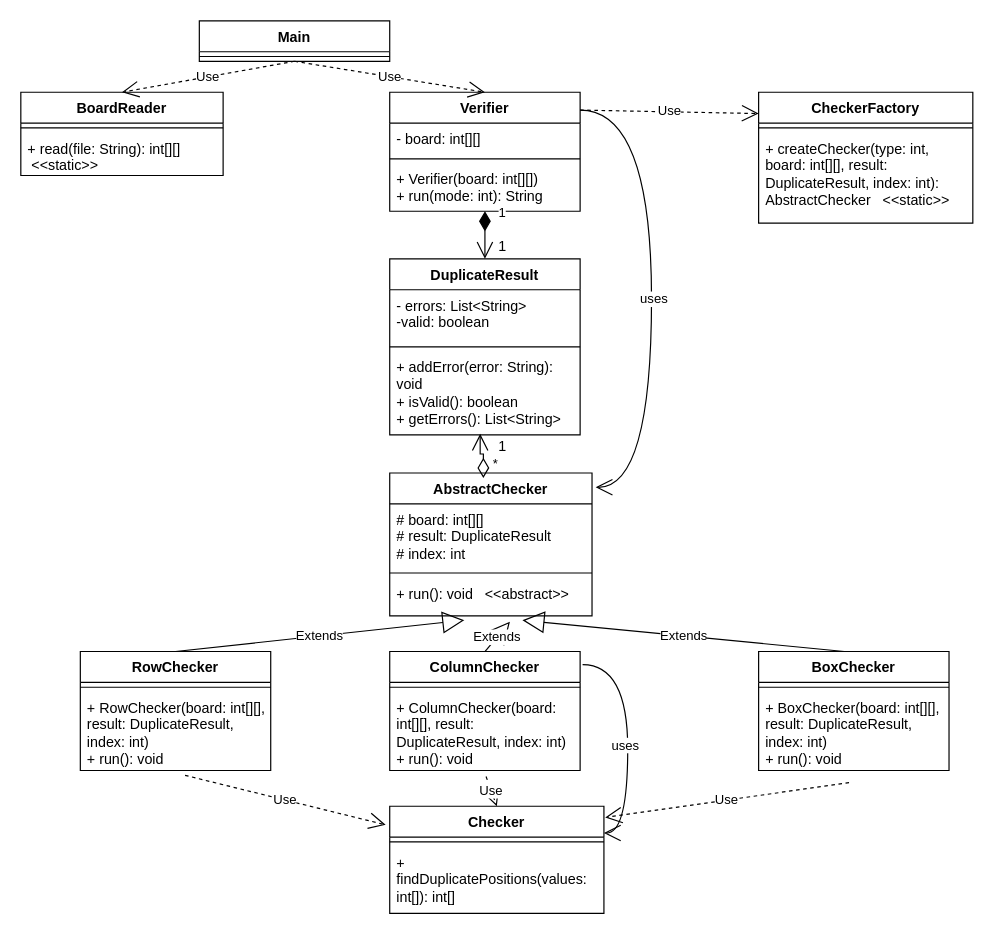
This is lab 9/lab 9/src/Class Diagram.drawio from Youssufathalla/Programming-2, a draw.io file, before an edit. Source tidied: cells renumbered, new cells numbered last; positions are measured from the earlier drawing's top-left corner, leaving out a move shared by most shapes. Both pictures are drawn from the tidied source at 119%, with x=0, y=0 at pixel (20, 20).
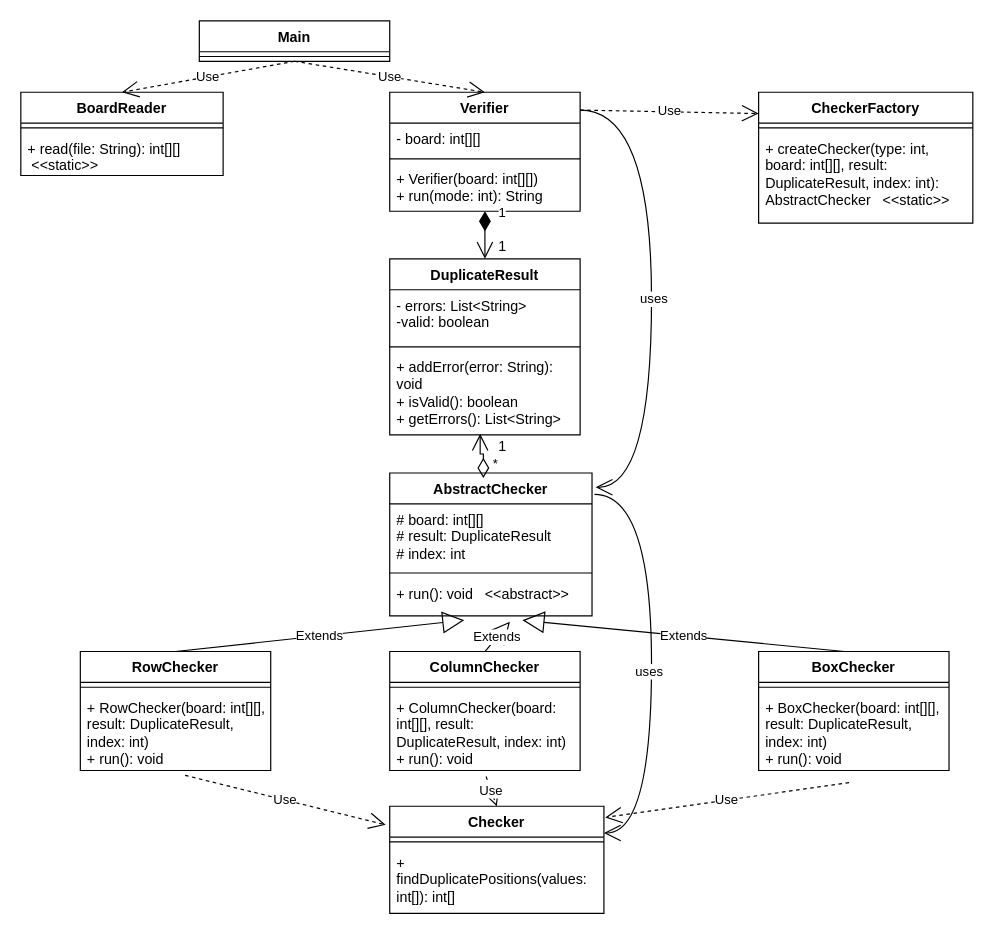
Above is the later version.

The change refers to these unchanged cells:
```xml
<mxCell id="15" value="&lt;font face=&quot;italic&quot;&gt;AbstractChecker&lt;/font&gt;" style="swimlane;fontStyle=1;align=center;verticalAlign=top;horizontal=1;startSize=26;whiteSpace=wrap;html=1;" parent="1" vertex="1">
  <mxGeometry x="310" y="380" width="170" height="120" as="geometry" />
</mxCell>
<mxCell id="22" value="ColumnChecker" style="swimlane;fontStyle=1;align=center;verticalAlign=top;horizontal=1;startSize=26;whiteSpace=wrap;html=1;" parent="1" vertex="1">
  <mxGeometry x="310" y="530" width="160" height="100" as="geometry" />
</mxCell>
<mxCell id="28" value="Checker" style="swimlane;fontStyle=1;align=center;verticalAlign=top;horizontal=1;startSize=26;whiteSpace=wrap;html=1;" parent="1" vertex="1">
  <mxGeometry x="310" y="660" width="180" height="90" as="geometry" />
</mxCell>
```

What changed in the source:
```diff
@@
-    <mxCell id="49" style="endArrow=open;endFill=1;endSize=12;html=1;rounded=0;exitX=1.013;exitY=0.11;exitDx=0;exitDy=0;exitPerimeter=0;entryX=1;entryY=0.25;entryDx=0;entryDy=0;edgeStyle=orthogonalEdgeStyle;curved=1;" parent="1" edge="1" source="22" target="28">
+    <mxCell id="49" style="endArrow=open;endFill=1;endSize=12;html=1;rounded=0;exitX=1.012;exitY=0.15;exitDx=0;exitDy=0;exitPerimeter=0;entryX=1;entryY=0.25;entryDx=0;entryDy=0;edgeStyle=orthogonalEdgeStyle;curved=1;" parent="1" edge="1" source="15" target="28">
       <mxGeometry relative="1" as="geometry">
         <Array as="points">
-          <mxPoint x="510" y="541" />
-          <mxPoint x="510" y="683" />
+          <mxPoint x="530" y="398" />
+          <mxPoint x="530" y="683" />
         </Array>
       </mxGeometry>
     </mxCell>
```
